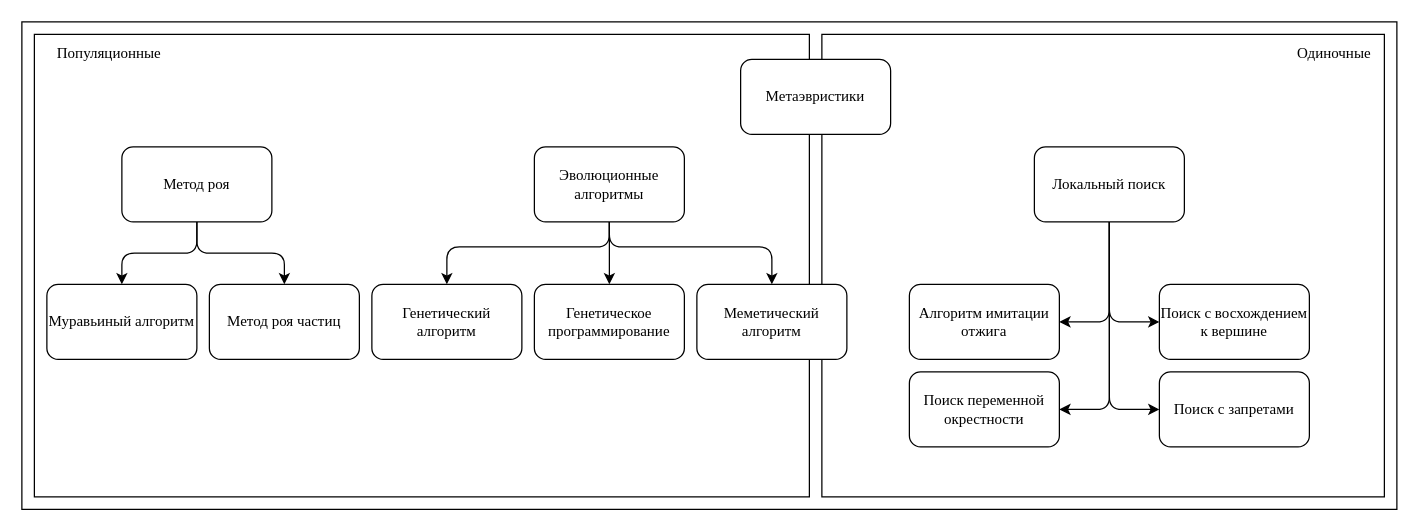
Before: images/ch1/metaheuristics.drawio in ebolblga/masters-thesis-latex, a draw.io diagram. Source tidied: cells renumbered, new cells numbered last; positions are measured from the earlier drawing's top-left corner, leaving out a move shared by most shapes. Both pictures are drawn from the tidied source at 125%, with x=0, y=0 at pixel (21, 21).
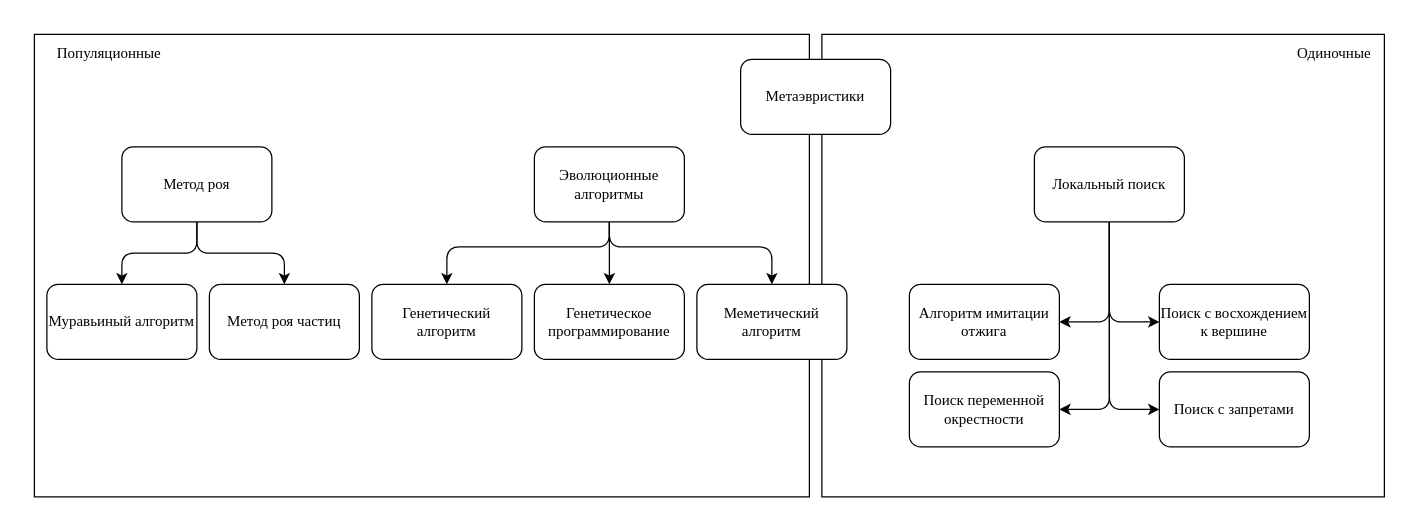
The same page after the edit.

Diff of the diagram source:
```diff
@@
-    <mxCell id="2" style="rounded=0;whiteSpace=wrap;html=1;fontFamily=Times New Roman;" parent="1" vertex="1">
-      <mxGeometry width="1100" height="390" as="geometry" />
-    </mxCell>
```
